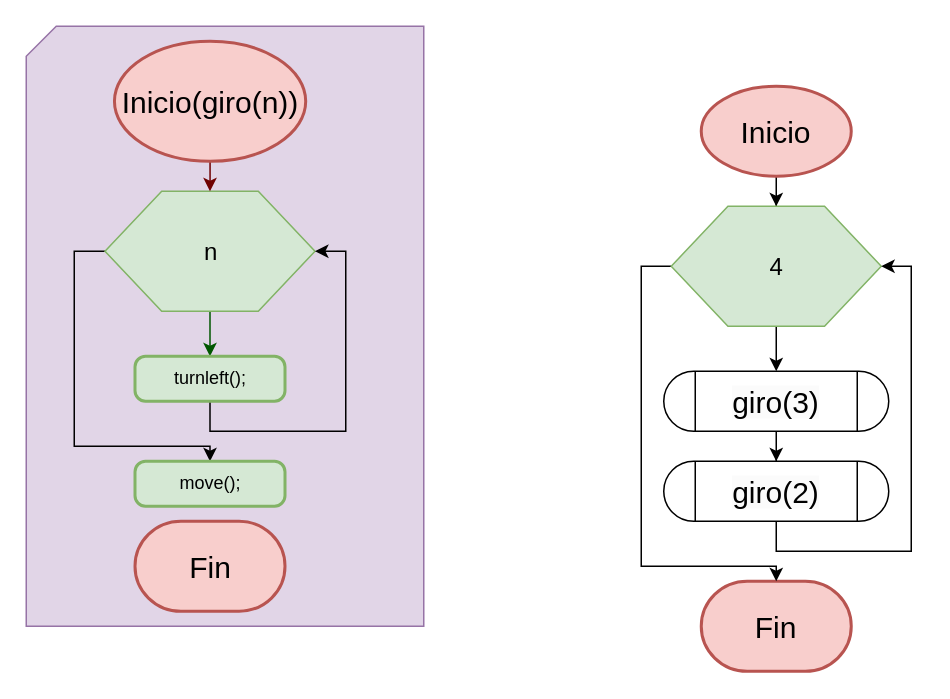
Earlier version of the draw.io diagram CruzF.drawio (PedroJOH/Ejercicios_karel). Source tidied: cells renumbered, new cells numbered last; positions are measured from the earlier drawing's top-left corner, leaving out a move shared by most shapes. Both pictures are drawn from the tidied source at 150%, with x=0, y=0 at pixel (26, 26).
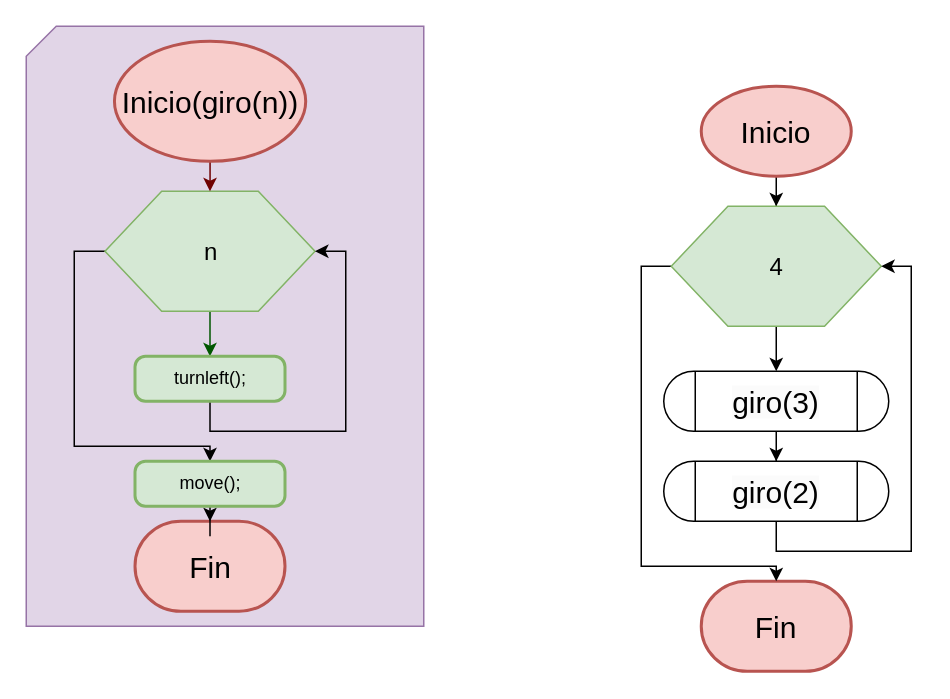
After the change.

Unchanged cells that the change refers to:
```xml
<mxCell id="13" value="&lt;font style=&quot;font-size: 20px;&quot;&gt;Fin&lt;/font&gt;" style="strokeWidth=2;html=1;shape=mxgraph.flowchart.terminator;whiteSpace=wrap;fillColor=#f8cecc;strokeColor=#b85450;" parent="1" vertex="1">
  <mxGeometry x="72.5" y="330" width="100" height="60" as="geometry" />
</mxCell>
<mxCell id="21" value="move();" style="rounded=1;whiteSpace=wrap;html=1;absoluteArcSize=1;arcSize=14;strokeWidth=2;fillColor=#d5e8d4;strokeColor=#82b366;fontSize=12;" parent="1" vertex="1">
  <mxGeometry x="72.5" y="290" width="100" height="30" as="geometry" />
</mxCell>
```

The edit, as a diff of the source:
```diff
@@
+    <mxCell id="22" style="edgeStyle=orthogonalEdgeStyle;rounded=0;jettySize=auto;html=1;exitX=0.5;exitY=1;exitDx=0;exitDy=0;" parent="1" edge="1" source="21" target="13">
+      <mxGeometry relative="1" as="geometry" />
+    </mxCell>
```
